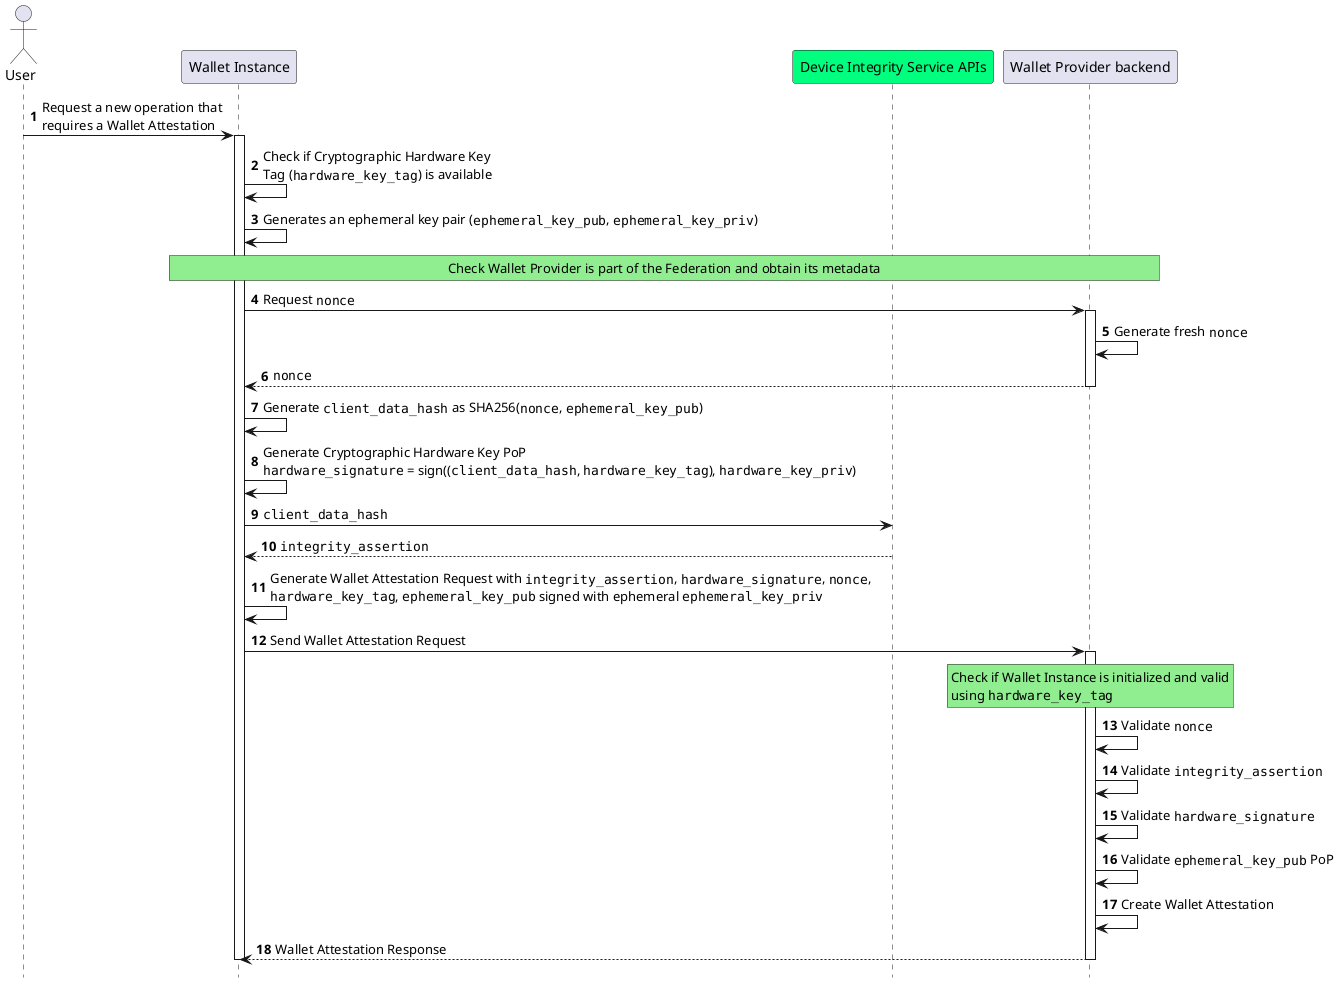
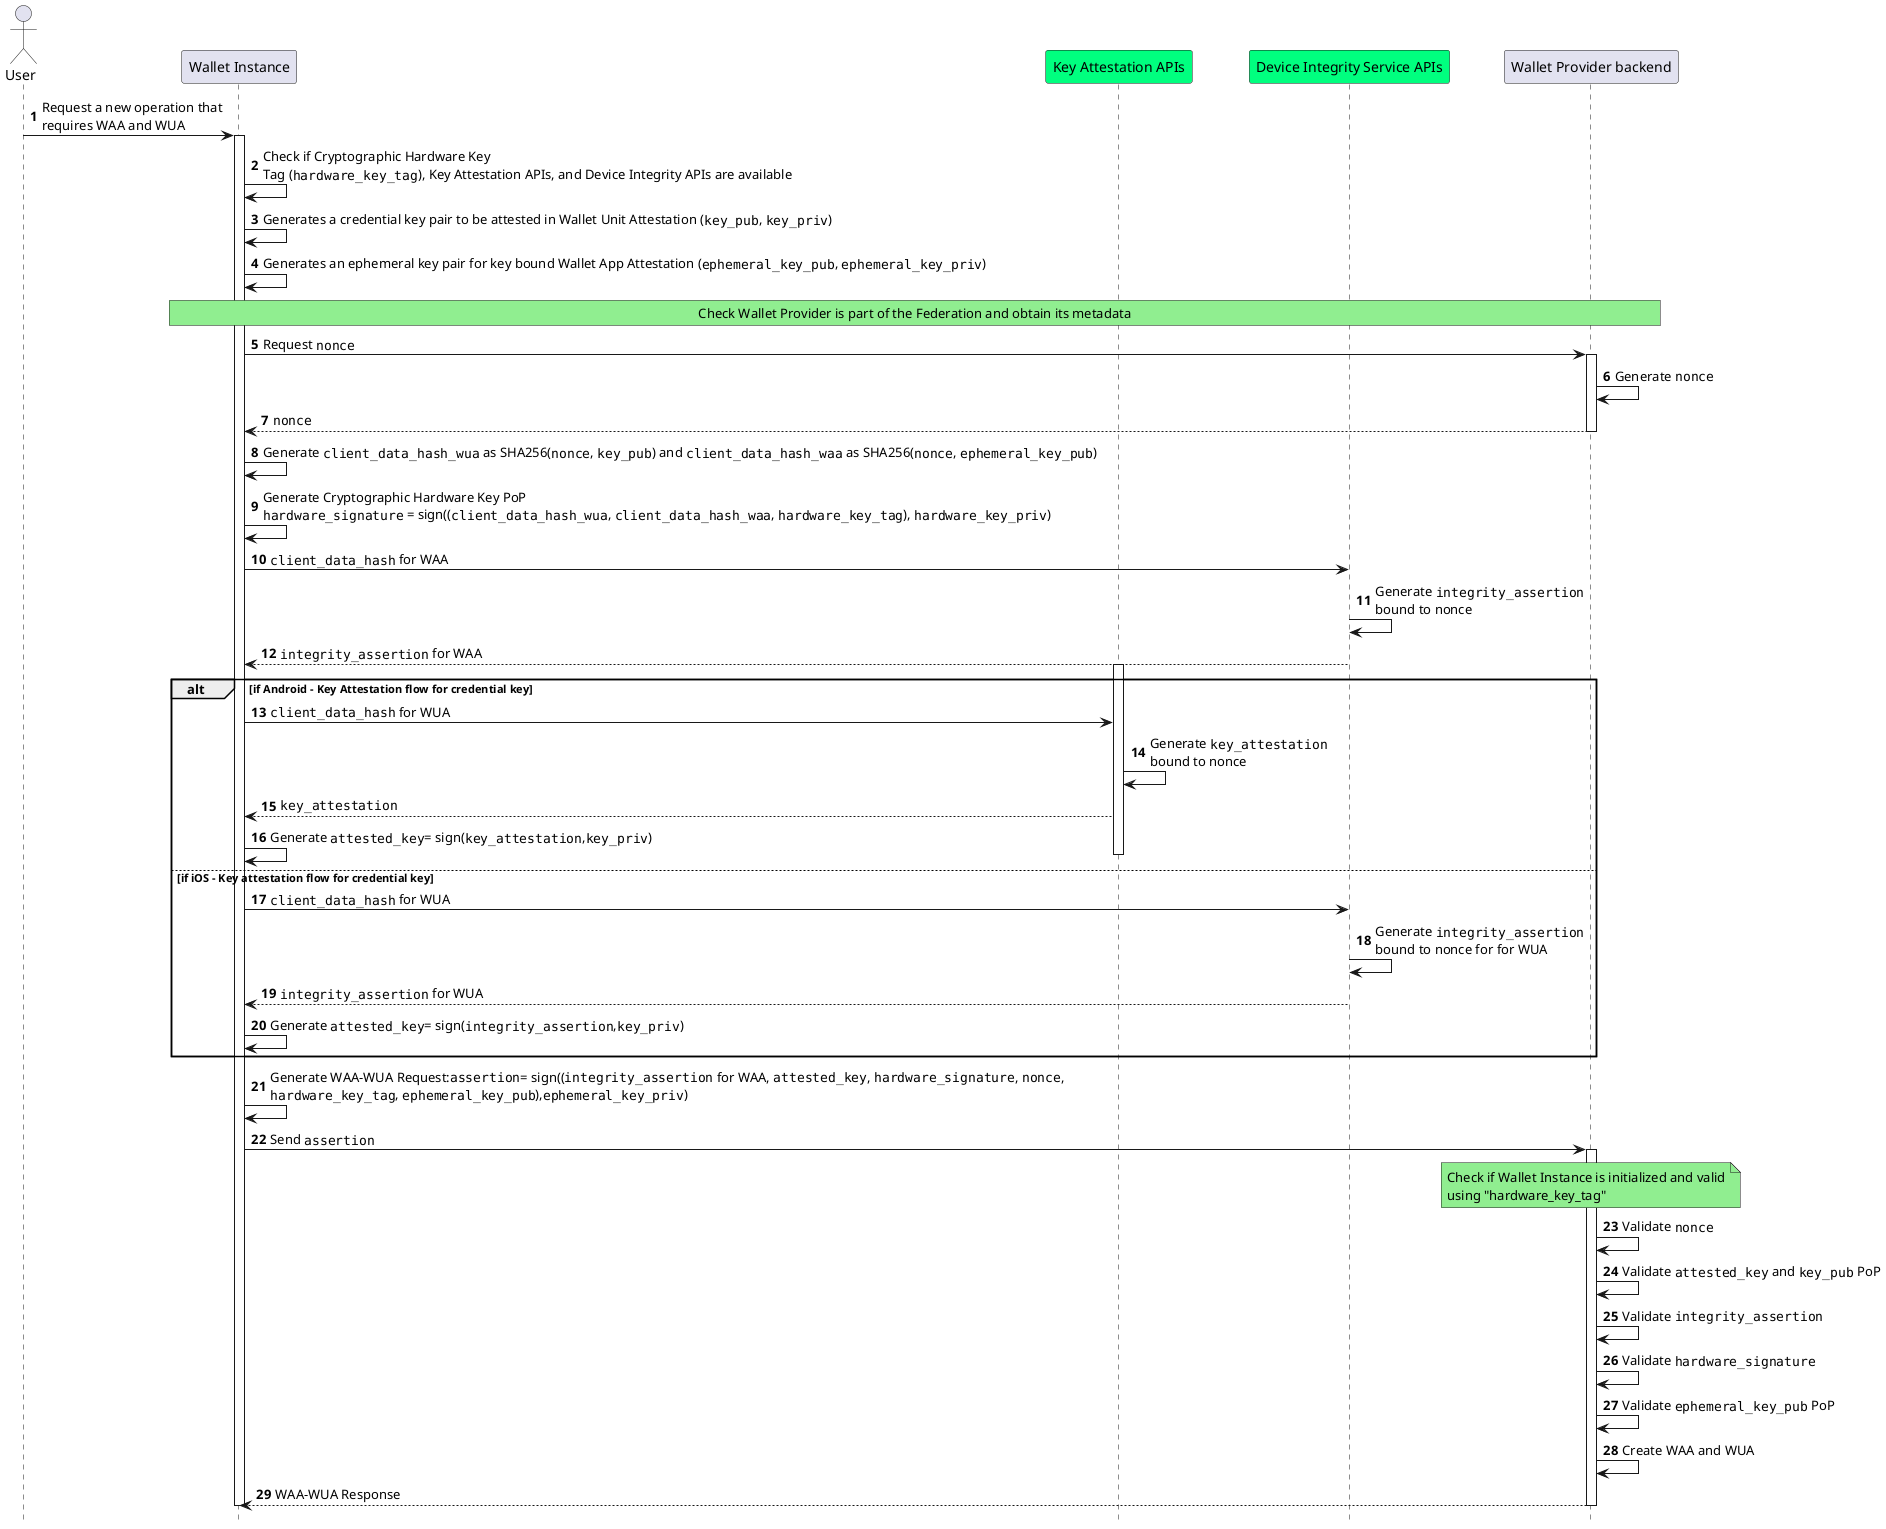
- @startuml Wallet Attestation Issuance
+ @startuml Wallet App and Wallet Unit Attestations Issuance
autonumber
hide footbox
- 'participant

+ 'Participants
actor "User" as user
participant "Wallet Instance" as app
+ participant "Key Attestation APIs" as kats #springgreen
participant "Device Integrity Service APIs" as aats #springgreen
participant "Wallet Provider backend" as bck

- 
- user->app: Request a new operation that\nrequires a Wallet Attestation
+ user->app: Request a new operation that\nrequires WAA and WUA
activate app

- app->app: Check if Cryptographic Hardware Key \nTag (""hardware_key_tag"") is available
+ app->app: Check if Cryptographic Hardware Key \nTag (""hardware_key_tag""), Key Attestation APIs, and Device Integrity APIs are available

- 
- app->app: Generates an ephemeral key pair (""ephemeral_key_pub"", ""ephemeral_key_priv"")
+ app->app: Generates a credential key pair to be attested in Wallet Unit Attestation (""key_pub"", ""key_priv"")
+ app->app: Generates an ephemeral key pair for key bound Wallet App Attestation (""ephemeral_key_pub"", ""ephemeral_key_priv"")

rnote over app,bck #LIGHTGREEN
Check Wallet Provider is part of the Federation and obtain its metadata
endrnote

- 
app->bck: Request ""nonce""
activate bck

- bck->bck: Generate fresh ""nonce""
+ bck->bck: Generate ""nonce""

bck-->app: ""nonce""
deactivate bck


- app->app: Generate ""client_data_hash"" as SHA256(""nonce"", ""ephemeral_key_pub"")
+ app->app: Generate ""client_data_hash_wua"" as SHA256(""nonce"", ""key_pub"") and ""client_data_hash_waa"" as SHA256(""nonce"", ""ephemeral_key_pub"")

- app->app: Generate Cryptographic Hardware Key PoP\n""hardware_signature"" = sign((""client_data_hash"", ""hardware_key_tag""), ""hardware_key_priv"")
+ app->app: Generate Cryptographic Hardware Key PoP\n""hardware_signature"" = sign((""client_data_hash_wua"", ""client_data_hash_waa"", ""hardware_key_tag""), ""hardware_key_priv"")

- app->aats: ""client_data_hash""
- aats-->app: ""integrity_assertion""
+ app->aats: ""client_data_hash"" for WAA
+ aats->aats: Generate ""integrity_assertion""\nbound to nonce
+ aats-->app: ""integrity_assertion"" for WAA

- app->app: Generate Wallet Attestation Request with ""integrity_assertion"", ""hardware_signature"", ""nonce"",\n""hardware_key_tag"", ""ephemeral_key_pub"" signed with ephemeral ""ephemeral_key_priv""
- app->bck: Send Wallet Attestation Request
+ alt if Android - Key Attestation flow for credential key
+ 
+ activate kats
+ 
+ app->kats: ""client_data_hash"" for WUA
+ 
+ kats->kats: Generate ""key_attestation""\nbound to nonce
+ 
+ kats-->app: ""key_attestation""
+ app->app : Generate ""attested_key""= sign(""key_attestation"",""key_priv"")
+ 
+ deactivate kats
+ 
+ else if iOS - Key attestation flow for credential key
+ 
+ app->aats: ""client_data_hash"" for WUA
+ aats->aats: Generate ""integrity_assertion""\nbound to nonce for for WUA
+ aats-->app: ""integrity_assertion"" for WUA
+ app->app : Generate ""attested_key""= sign(""integrity_assertion"",""key_priv"")
+ end
+ 
+ 
+ app->app: Generate WAA-WUA Request:""assertion""= sign((""integrity_assertion"" for WAA, ""attested_key"", ""hardware_signature"", ""nonce"",\n""hardware_key_tag"", ""ephemeral_key_pub""),""ephemeral_key_priv"")
+ app->bck: Send ""assertion""
activate bck
- rnote over bck,bck #LIGHTGREEN
+ Note over bck, bck #LIGHTGREEN
Check if Wallet Instance is initialized and valid
- using ""hardware_key_tag""
- endrnote
+ using "hardware_key_tag"
+ End note
+ 
bck->bck: Validate ""nonce""
+ bck->bck: Validate ""attested_key"" and ""key_pub"" PoP
bck->bck: Validate ""integrity_assertion""
bck->bck: Validate ""hardware_signature""
bck->bck: Validate ""ephemeral_key_pub"" PoP
- bck->bck: Create Wallet Attestation
- bck-->app: Wallet Attestation Response
+ bck->bck: Create WAA and WUA
+ 
+ 
+ bck-->app: WAA-WUA Response
+ 
deactivate bck
- 
deactivate app
@enduml